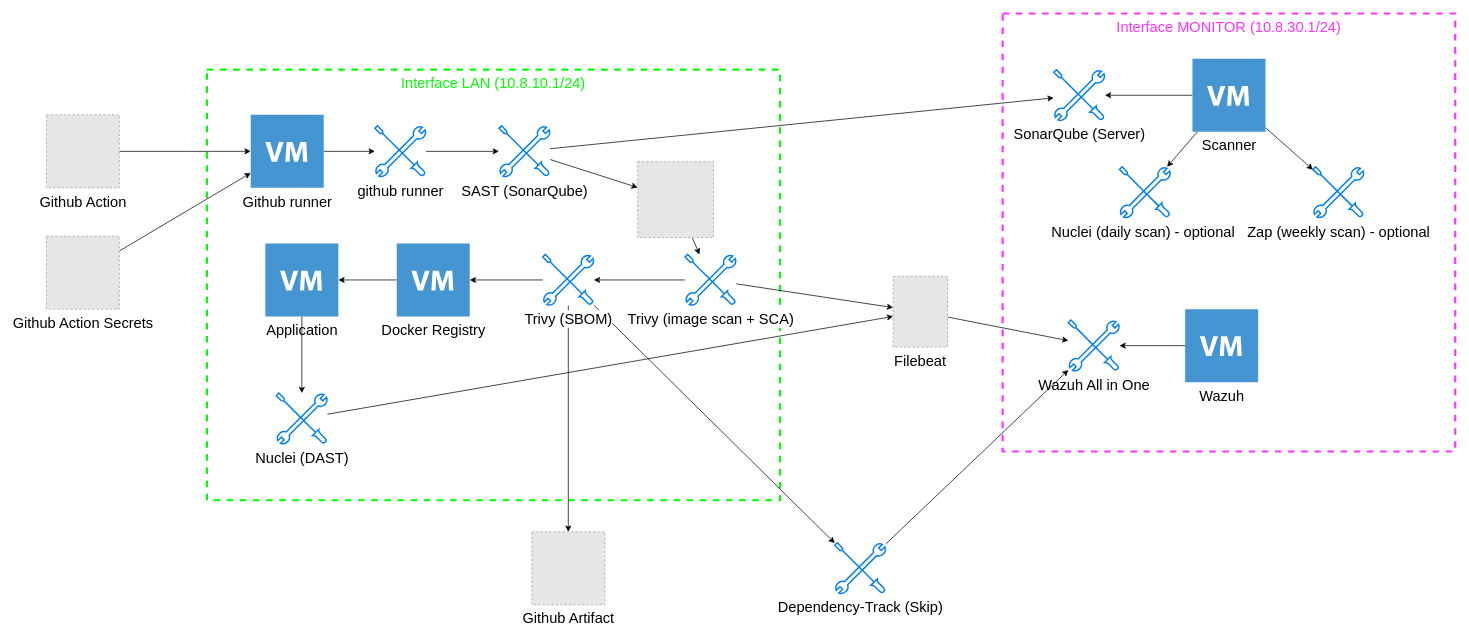
Earlier version of the draw.io diagram page "CI/CD" (4 of 4) of architecture/homelab.drawio (hieu190400/devsecops-homelab). Source tidied: cells renumbered, new cells numbered last; positions are measured from the earlier drawing's top-left corner, leaving out a move shared by most shapes. Both pictures are drawn from the tidied source at 73%, with x=0, y=0 at pixel (46, 13). Pictures stored in the file or linked from it are replaced by grey dashed boxes.
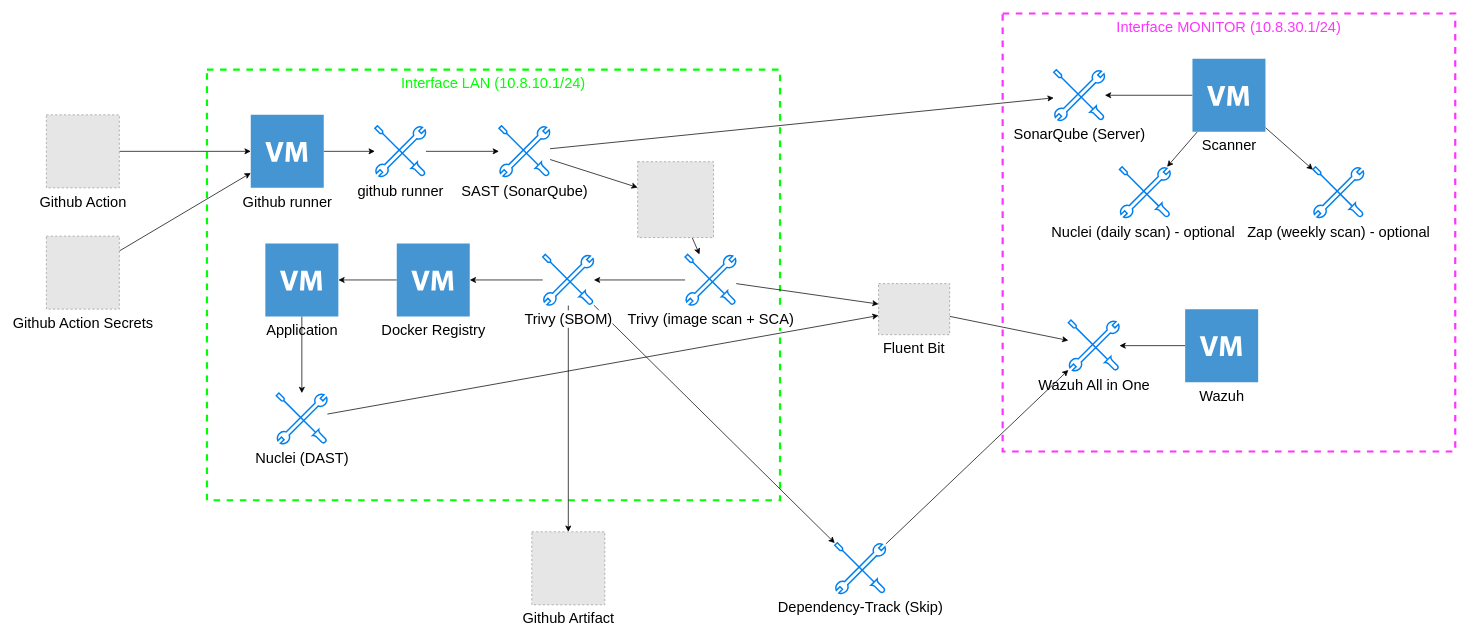
After the change.

Unchanged cells that the change refers to:
```xml
<mxCell id="24" value="&lt;font style=&quot;font-size: 20px;&quot;&gt;Trivy (image scan + SCA)&lt;/font&gt;" style="html=1;verticalLabelPosition=bottom;align=center;labelBackgroundColor=#ffffff;verticalAlign=top;strokeWidth=2;strokeColor=#0080F0;shadow=0;dashed=0;shape=mxgraph.ios7.icons.tools;" parent="1" vertex="1">
  <mxGeometry x="875" y="330" width="70" height="70" as="geometry" />
</mxCell>
<mxCell id="29" value="&lt;font style=&quot;font-size: 20px;&quot;&gt;Nuclei (DAST)&lt;/font&gt;" style="html=1;verticalLabelPosition=bottom;align=center;labelBackgroundColor=#ffffff;verticalAlign=top;strokeWidth=2;strokeColor=#0080F0;shadow=0;dashed=0;shape=mxgraph.ios7.icons.tools;" parent="1" vertex="1">
  <mxGeometry x="315" y="520" width="70" height="70" as="geometry" />
</mxCell>
<mxCell id="33" value="&lt;span style=&quot;font-size: 20px;&quot;&gt;Wazuh All in One&lt;/span&gt;" style="html=1;verticalLabelPosition=bottom;align=center;labelBackgroundColor=#ffffff;verticalAlign=top;strokeWidth=2;strokeColor=#0080F0;shadow=0;dashed=0;shape=mxgraph.ios7.icons.tools;" parent="1" vertex="1">
  <mxGeometry x="1400" y="420" width="70" height="70" as="geometry" />
</mxCell>
```

Change to the diagram source:
```diff
@@
-    <mxCell id="23" style="rounded=0;jettySize=auto;html=1;" parent="1" edge="1" source="24" target="42">
+    <mxCell id="23" style="rounded=0;jettySize=auto;html=1;" parent="1" edge="1" source="24" target="47">
       <mxGeometry relative="1" as="geometry" />
     </mxCell>
@@
-    <mxCell id="28" style="rounded=0;jettySize=auto;html=1;" parent="1" edge="1" source="29" target="42">
+    <mxCell id="28" style="rounded=0;jettySize=auto;html=1;" parent="1" edge="1" source="29" target="47">
       <mxGeometry relative="1" as="geometry" />
     </mxCell>
@@
-    <mxCell id="41" style="rounded=0;jettySize=auto;html=1;" parent="1" edge="1" source="42" target="33">
+    <mxCell id="41" style="rounded=0;jettySize=auto;html=1;" parent="1" edge="1" source="47" target="33">
       <mxGeometry relative="1" as="geometry" />
     </mxCell>
-    <mxCell id="42" value="Filebeat" style="fillColor=#E6E6E6;strokeColor=#999999;dashed=1;verticalLabelPosition=bottom;labelBackgroundColor=default;verticalAlign=top;fontSize=20;" parent="1" vertex="1">
-      <mxGeometry x="1160" y="360" width="74.5" height="97" as="geometry" />
-    </mxCell>
@@
+    <mxCell id="47" value="Fluent Bit" style="fillColor=#E6E6E6;strokeColor=#999999;dashed=1;verticalLabelPosition=bottom;labelBackgroundColor=default;verticalAlign=top;fontSize=20;" parent="1" vertex="1">
+      <mxGeometry x="1140" y="370" width="97.4" height="70" as="geometry" />
+    </mxCell>
```
